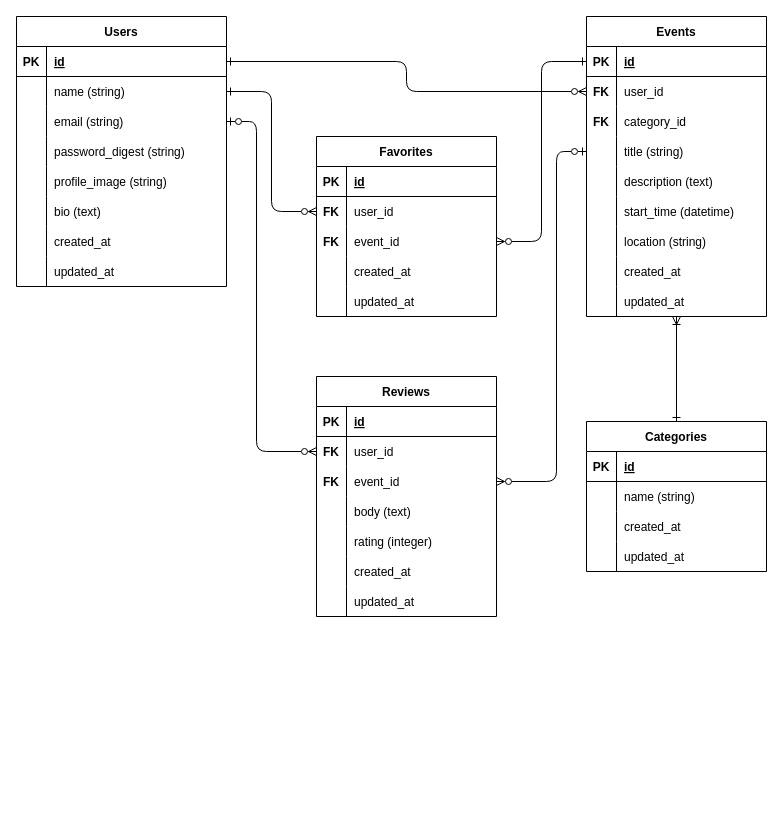
Earlier version of the draw.io diagram EventHub.drawio (keeeeSB/EventHub). Source tidied: cells renumbered, new cells numbered last; positions are measured from the earlier drawing's top-left corner, leaving out a move shared by most shapes. Both pictures are drawn from the tidied source at 100%, with x=0, y=0 at pixel (16, 16).
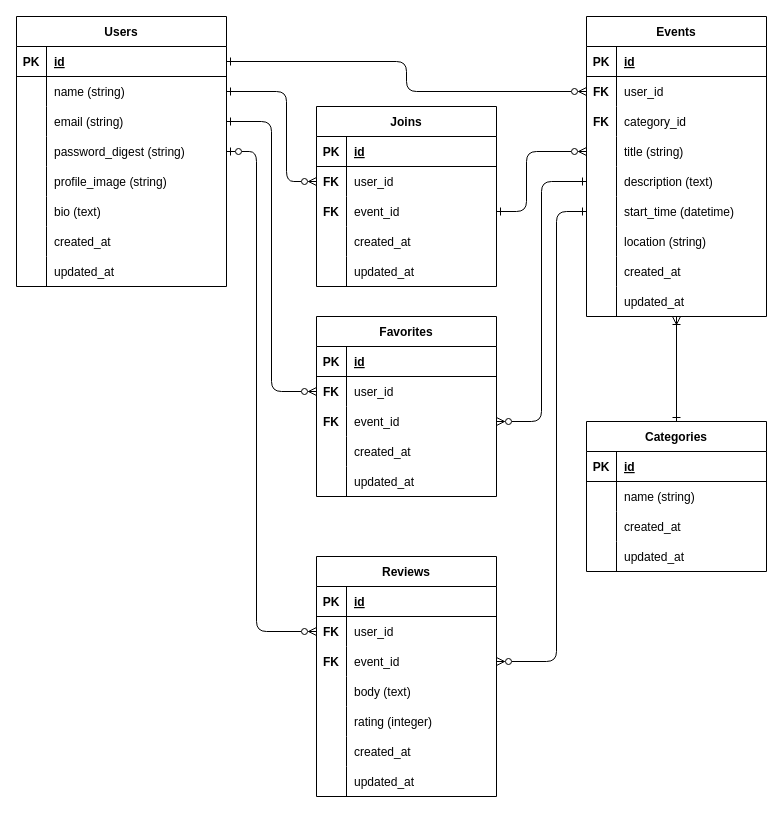
The same page after the edit.

The change refers to these unchanged cells:
```xml
<mxCell id="6" style="shape=tableRow;horizontal=0;startSize=0;swimlaneHead=0;swimlaneBody=0;fillColor=none;points=[[0,0.5],[1,0.5]];portConstraint=eastwest;top=0;left=0;right=0;bottom=0;" parent="2" vertex="1">
  <mxGeometry y="60" width="210" height="30" as="geometry" />
</mxCell>
<mxCell id="9" style="shape=tableRow;horizontal=0;startSize=0;swimlaneHead=0;swimlaneBody=0;fillColor=none;points=[[0,0.5],[1,0.5]];portConstraint=eastwest;top=0;left=0;right=0;bottom=0;" parent="2" vertex="1">
  <mxGeometry y="90" width="210" height="30" as="geometry" />
</mxCell>
<mxCell id="12" style="shape=tableRow;horizontal=0;startSize=0;swimlaneHead=0;swimlaneBody=0;fillColor=none;points=[[0,0.5],[1,0.5]];portConstraint=eastwest;top=0;left=0;right=0;bottom=0;" parent="2" vertex="1">
  <mxGeometry y="120" width="210" height="30" as="geometry" />
</mxCell>
<mxCell id="28" style="shape=tableRow;horizontal=0;startSize=0;swimlaneHead=0;swimlaneBody=0;fillColor=none;points=[[0,0.5],[1,0.5]];portConstraint=eastwest;top=0;left=0;right=0;bottom=1;" parent="27" vertex="1">
  <mxGeometry y="30" width="180" height="30" as="geometry" />
</mxCell>
<mxCell id="37" style="shape=tableRow;horizontal=0;startSize=0;swimlaneHead=0;swimlaneBody=0;fillColor=none;points=[[0,0.5],[1,0.5]];portConstraint=eastwest;top=0;left=0;right=0;bottom=0;" parent="27" vertex="1">
  <mxGeometry y="120" width="180" height="30" as="geometry" />
</mxCell>
<mxCell id="40" style="shape=tableRow;horizontal=0;startSize=0;swimlaneHead=0;swimlaneBody=0;fillColor=none;points=[[0,0.5],[1,0.5]];portConstraint=eastwest;top=0;left=0;right=0;bottom=0;" parent="27" vertex="1">
  <mxGeometry y="150" width="180" height="30" as="geometry" />
</mxCell>
<mxCell id="43" style="shape=tableRow;horizontal=0;startSize=0;swimlaneHead=0;swimlaneBody=0;fillColor=none;points=[[0,0.5],[1,0.5]];portConstraint=eastwest;top=0;left=0;right=0;bottom=0;" parent="27" vertex="1">
  <mxGeometry y="180" width="180" height="30" as="geometry" />
</mxCell>
<mxCell id="74" style="shape=tableRow;horizontal=0;startSize=0;swimlaneHead=0;swimlaneBody=0;fillColor=none;points=[[0,0.5],[1,0.5]];portConstraint=eastwest;top=0;left=0;right=0;bottom=0;" parent="70" vertex="1">
  <mxGeometry y="60" width="180" height="30" as="geometry" />
</mxCell>
<mxCell id="77" style="shape=tableRow;horizontal=0;startSize=0;swimlaneHead=0;swimlaneBody=0;fillColor=none;points=[[0,0.5],[1,0.5]];portConstraint=eastwest;top=0;left=0;right=0;bottom=0;" parent="70" vertex="1">
  <mxGeometry y="90" width="180" height="30" as="geometry" />
</mxCell>
<mxCell id="92" style="shape=tableRow;horizontal=0;startSize=0;swimlaneHead=0;swimlaneBody=0;fillColor=none;points=[[0,0.5],[1,0.5]];portConstraint=eastwest;top=0;left=0;right=0;bottom=0;" parent="88" vertex="1">
  <mxGeometry y="60" width="180" height="30" as="geometry" />
</mxCell>
<mxCell id="95" style="shape=tableRow;horizontal=0;startSize=0;swimlaneHead=0;swimlaneBody=0;fillColor=none;points=[[0,0.5],[1,0.5]];portConstraint=eastwest;top=0;left=0;right=0;bottom=0;" parent="88" vertex="1">
  <mxGeometry y="90" width="180" height="30" as="geometry" />
</mxCell>
```

Change to the diagram source:
```diff
@@
     <mxCell id="70" value="Favorites" style="shape=table;startSize=30;childLayout=tableLayout;rowLines=0;fontStyle=1;align=center;" parent="1" vertex="1">
-      <mxGeometry x="300" y="120" width="180" height="180" as="geometry" />
+      <mxGeometry x="300" y="300" width="180" height="180" as="geometry" />
     </mxCell>
@@
-    <mxCell id="86" style="edgeStyle=orthogonalEdgeStyle;html=1;exitX=1;exitY=0.5;exitDx=0;exitDy=0;entryX=0;entryY=0.5;entryDx=0;entryDy=0;startArrow=ERone;startFill=0;endArrow=ERzeroToMany;endFill=0;" parent="1" edge="1" source="6" target="74">
+    <mxCell id="86" style="edgeStyle=orthogonalEdgeStyle;html=1;exitX=1;exitY=0.5;exitDx=0;exitDy=0;entryX=0;entryY=0.5;entryDx=0;entryDy=0;startArrow=ERone;startFill=0;endArrow=ERzeroToMany;endFill=0;" parent="1" edge="1" source="9" target="74">
       <mxGeometry relative="1" as="geometry" />
     </mxCell>
-    <mxCell id="87" style="edgeStyle=orthogonalEdgeStyle;html=1;exitX=0;exitY=0.5;exitDx=0;exitDy=0;entryX=1;entryY=0.5;entryDx=0;entryDy=0;startArrow=ERone;startFill=0;endArrow=ERzeroToMany;endFill=0;" parent="1" edge="1" source="28" target="77">
-      <mxGeometry relative="1" as="geometry" />
+    <mxCell id="87" style="edgeStyle=orthogonalEdgeStyle;html=1;exitX=0;exitY=0.5;exitDx=0;exitDy=0;entryX=1;entryY=0.5;entryDx=0;entryDy=0;startArrow=ERone;startFill=0;endArrow=ERzeroToMany;endFill=0;" parent="1" edge="1" source="40" target="77">
+      <mxGeometry relative="1" as="geometry">
+        <Array as="points">
+          <mxPoint x="525" y="165" />
+          <mxPoint x="525" y="405" />
+        </Array>
+      </mxGeometry>
     </mxCell>
     <mxCell id="88" value="Reviews" style="shape=table;startSize=30;childLayout=tableLayout;rowLines=0;fontStyle=1;align=center;" parent="1" vertex="1">
-      <mxGeometry x="300" y="360" width="180" height="240" as="geometry" />
+      <mxGeometry x="300" y="540" width="180" height="240" as="geometry" />
     </mxCell>
@@
-    <mxCell id="110" style="edgeStyle=orthogonalEdgeStyle;html=1;exitX=1;exitY=0.5;exitDx=0;exitDy=0;entryX=0;entryY=0.5;entryDx=0;entryDy=0;startArrow=ERzeroToOne;startFill=0;endArrow=ERzeroToMany;endFill=0;" parent="1" edge="1" source="9" target="92">
+    <mxCell id="110" style="edgeStyle=orthogonalEdgeStyle;html=1;exitX=1;exitY=0.5;exitDx=0;exitDy=0;entryX=0;entryY=0.5;entryDx=0;entryDy=0;startArrow=ERzeroToOne;startFill=0;endArrow=ERzeroToMany;endFill=0;" parent="1" edge="1" source="12" target="92">
       <mxGeometry relative="1" as="geometry">
         <Array as="points">
-          <mxPoint x="240" y="105" />
-          <mxPoint x="240" y="435" />
+          <mxPoint x="240" y="135" />
+          <mxPoint x="240" y="615" />
         </Array>
       </mxGeometry>
     </mxCell>
-    <mxCell id="111" style="edgeStyle=orthogonalEdgeStyle;html=1;exitX=0;exitY=0.5;exitDx=0;exitDy=0;entryX=1;entryY=0.5;entryDx=0;entryDy=0;startArrow=ERzeroToOne;startFill=0;endArrow=ERzeroToMany;endFill=0;" parent="1" edge="1" source="37" target="95">
-      <mxGeometry relative="1" as="geometry">
-        <Array as="points">
-          <mxPoint x="540" y="135" />
-          <mxPoint x="540" y="465" />
-        </Array>
-      </mxGeometry>
-    </mxCell>
+    <mxCell id="112" value="Joins" style="shape=table;startSize=30;childLayout=tableLayout;rowLines=0;fontStyle=1;align=center;" parent="1" vertex="1">
+      <mxGeometry x="300" y="90" width="180" height="180" as="geometry" />
+    </mxCell>
+    <mxCell id="113" style="shape=tableRow;horizontal=0;startSize=0;swimlaneHead=0;swimlaneBody=0;fillColor=none;top=0;left=0;right=0;bottom=1;" parent="112" vertex="1">
+      <mxGeometry y="30" width="180" height="30" as="geometry" />
+    </mxCell>
+    <mxCell id="114" value="PK" style="shape=partialRectangle;fillColor=none;top=0;left=0;bottom=0;right=0;fontStyle=1;overflow=hidden;" parent="113" vertex="1">
+      <mxGeometry width="30" height="30" as="geometry" />
+    </mxCell>
+    <mxCell id="115" value="id" style="shape=partialRectangle;fillColor=none;top=0;left=0;bottom=0;right=0;align=left;spacingLeft=6;fontStyle=5;overflow=hidden;" parent="113" vertex="1">
+      <mxGeometry x="30" width="150" height="30" as="geometry" />
+    </mxCell>
+    <mxCell id="116" style="shape=tableRow;horizontal=0;startSize=0;swimlaneHead=0;swimlaneBody=0;fillColor=none;points=[[0,0.5],[1,0.5]];portConstraint=eastwest;top=0;left=0;right=0;bottom=0;" parent="112" vertex="1">
+      <mxGeometry y="60" width="180" height="30" as="geometry" />
+    </mxCell>
+    <mxCell id="117" value="FK" style="shape=partialRectangle;fillColor=none;top=0;left=0;bottom=0;right=0;overflow=hidden;fontStyle=1;" parent="116" vertex="1">
+      <mxGeometry width="30" height="30" as="geometry" />
+    </mxCell>
+    <mxCell id="118" value="user_id" style="shape=partialRectangle;fillColor=none;top=0;left=0;bottom=0;right=0;align=left;spacingLeft=6;overflow=hidden;" parent="116" vertex="1">
+      <mxGeometry x="30" width="150" height="30" as="geometry" />
+    </mxCell>
+    <mxCell id="119" style="shape=tableRow;horizontal=0;startSize=0;swimlaneHead=0;swimlaneBody=0;fillColor=none;points=[[0,0.5],[1,0.5]];portConstraint=eastwest;top=0;left=0;right=0;bottom=0;" parent="112" vertex="1">
+      <mxGeometry y="90" width="180" height="30" as="geometry" />
+    </mxCell>
+    <mxCell id="120" value="FK" style="shape=partialRectangle;fillColor=none;top=0;left=0;bottom=0;right=0;overflow=hidden;fontStyle=1;" parent="119" vertex="1">
+      <mxGeometry width="30" height="30" as="geometry" />
+    </mxCell>
+    <mxCell id="121" value="event_id" style="shape=partialRectangle;fillColor=none;top=0;left=0;bottom=0;right=0;align=left;spacingLeft=6;overflow=hidden;" parent="119" vertex="1">
+      <mxGeometry x="30" width="150" height="30" as="geometry" />
+    </mxCell>
+    <mxCell id="122" style="shape=tableRow;horizontal=0;startSize=0;swimlaneHead=0;swimlaneBody=0;fillColor=none;top=0;left=0;right=0;bottom=0;" parent="112" vertex="1">
+      <mxGeometry y="120" width="180" height="30" as="geometry" />
+    </mxCell>
+    <mxCell id="123" style="shape=partialRectangle;fillColor=none;top=0;left=0;bottom=0;right=0;overflow=hidden;" parent="122" vertex="1">
+      <mxGeometry width="30" height="30" as="geometry" />
+    </mxCell>
+    <mxCell id="124" value="created_at" style="shape=partialRectangle;fillColor=none;top=0;left=0;bottom=0;right=0;align=left;spacingLeft=6;overflow=hidden;" parent="122" vertex="1">
+      <mxGeometry x="30" width="150" height="30" as="geometry" />
+    </mxCell>
+    <mxCell id="125" style="shape=tableRow;horizontal=0;startSize=0;swimlaneHead=0;swimlaneBody=0;fillColor=none;top=0;left=0;right=0;bottom=0;" parent="112" vertex="1">
+      <mxGeometry y="150" width="180" height="30" as="geometry" />
+    </mxCell>
+    <mxCell id="126" style="shape=partialRectangle;fillColor=none;top=0;left=0;bottom=0;right=0;overflow=hidden;" parent="125" vertex="1">
+      <mxGeometry width="30" height="30" as="geometry" />
+    </mxCell>
+    <mxCell id="127" value="updated_at" style="shape=partialRectangle;fillColor=none;top=0;left=0;bottom=0;right=0;align=left;spacingLeft=6;overflow=hidden;" parent="125" vertex="1">
+      <mxGeometry x="30" width="150" height="30" as="geometry" />
+    </mxCell>
+    <mxCell id="128" style="edgeStyle=orthogonalEdgeStyle;html=1;entryX=1;entryY=0.5;entryDx=0;entryDy=0;endArrow=ERzeroToMany;endFill=0;startArrow=ERone;startFill=0;exitX=0;exitY=0.5;exitDx=0;exitDy=0;" parent="1" edge="1" source="43" target="95">
+      <mxGeometry relative="1" as="geometry">
+        <Array as="points">
+          <mxPoint x="540" y="195" />
+          <mxPoint x="540" y="645" />
+        </Array>
+      </mxGeometry>
+    </mxCell>
+    <mxCell id="129" style="edgeStyle=orthogonalEdgeStyle;html=1;exitX=1;exitY=0.5;exitDx=0;exitDy=0;entryX=0;entryY=0.5;entryDx=0;entryDy=0;startArrow=ERone;startFill=0;endArrow=ERzeroToMany;endFill=0;" parent="1" edge="1" source="6" target="116">
+      <mxGeometry relative="1" as="geometry">
+        <Array as="points">
+          <mxPoint x="270" y="75" />
+          <mxPoint x="270" y="165" />
+        </Array>
+      </mxGeometry>
+    </mxCell>
+    <mxCell id="130" style="edgeStyle=orthogonalEdgeStyle;html=1;exitX=1;exitY=0.5;exitDx=0;exitDy=0;entryX=0;entryY=0.5;entryDx=0;entryDy=0;startArrow=ERone;startFill=0;endArrow=ERzeroToMany;endFill=0;" parent="1" edge="1" source="119" target="37">
+      <mxGeometry relative="1" as="geometry">
+        <Array as="points">
+          <mxPoint x="510" y="195" />
+          <mxPoint x="510" y="135" />
+        </Array>
+      </mxGeometry>
+    </mxCell>
```
